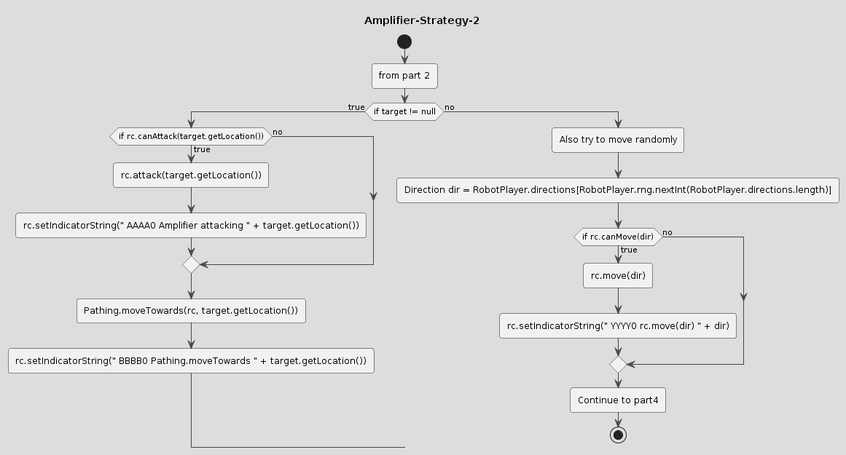
Above: drawings/Amplifier-Strategy-2.png in coding-to-music/plantuml-diagram-examples (PlantUML), before the change.
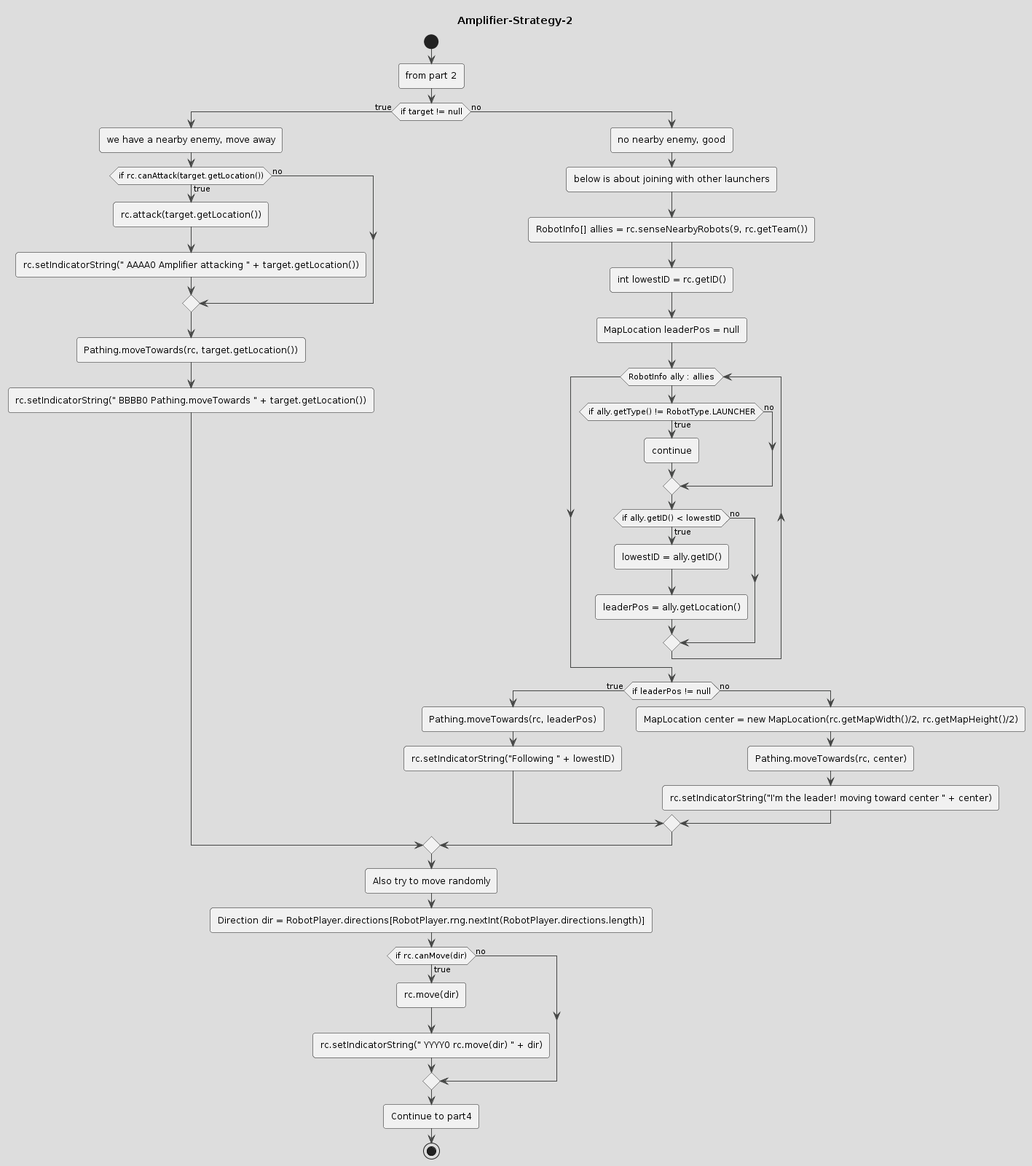
Later version of the same file.

What changed in the source:
```diff
@@ -7,6 +7,7 @@
 
 
 if (if target != null) then (true)
+    :we have a nearby enemy, move away;
     if (if rc.canAttack(target.getLocation())) then (true)
         :rc.attack(target.getLocation());
         :rc.setIndicatorString(" AAAA0 Amplifier attacking " + target.getLocation());
@@ -15,6 +16,31 @@
     :Pathing.moveTowards(rc, target.getLocation());
     :rc.setIndicatorString(" BBBB0 Pathing.moveTowards " + target.getLocation());
 else (no)
+    :no nearby enemy, good;
+    :below is about joining with other launchers;
+    :RobotInfo[] allies = rc.senseNearbyRobots(9, rc.getTeam());
+    :int lowestID = rc.getID();
+    :MapLocation leaderPos = null;
+    while (RobotInfo ally : allies)
+        if (if ally.getType() != RobotType.LAUNCHER) then (true)
+            :continue;
+        else (no)
+        endif
+        if (if ally.getID() < lowestID) then (true)
+            :lowestID = ally.getID();
+            :leaderPos = ally.getLocation();
+        else (no)
+        endif
+    endwhile
+    if (if leaderPos != null) then (true)
+        :Pathing.moveTowards(rc, leaderPos);
+        :rc.setIndicatorString("Following " + lowestID);
+    else (no)
+        :MapLocation center = new MapLocation(rc.getMapWidth()/2, rc.getMapHeight()/2);
+        :Pathing.moveTowards(rc, center);
+        :rc.setIndicatorString("I'm the leader! moving toward center " + center);
+    endif
+endif
 :Also try to move randomly;
 :Direction dir = RobotPlayer.directions[RobotPlayer.rng.nextInt(RobotPlayer.directions.length)];
 if (if rc.canMove(dir)) then (true)
```
